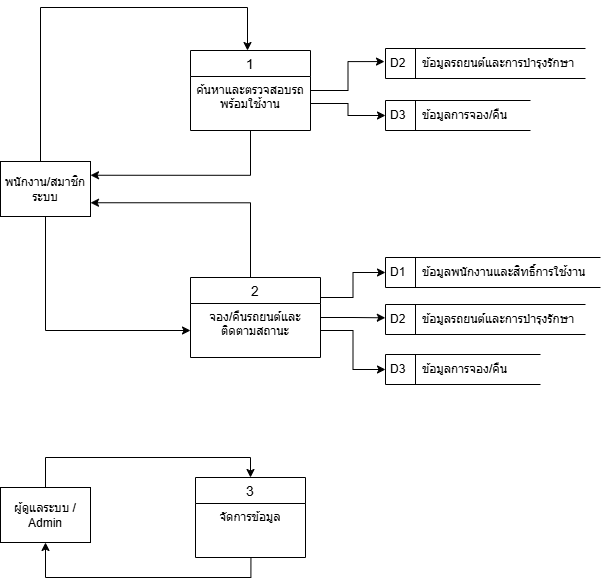
Above: docs/DFDL1.drawio.png in Anurak-Creator/ANURAK-HOMELAB (draw.io), before the change. Source tidied: cells renumbered, new cells last; positions are measured from the earlier drawing's top-left corner, leaving out a move shared by most shapes.
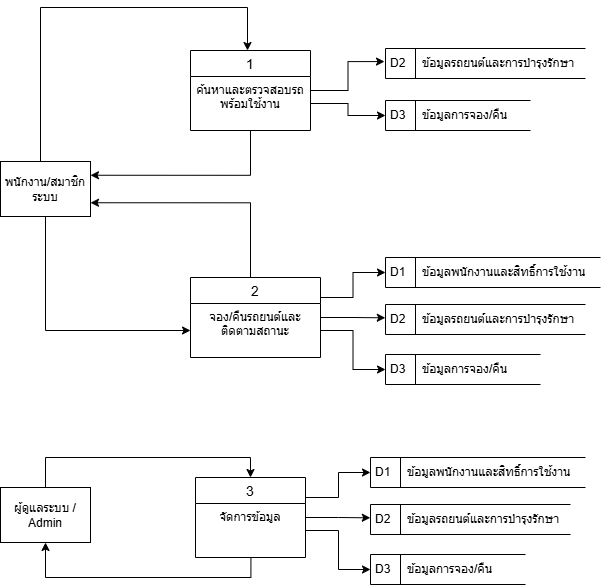
The same diagram one commit later.

Diff of the diagram source:
```diff
@@ -90,5 +90,29 @@
     <mxCell id="25" style="edgeStyle=orthogonalEdgeStyle;rounded=0;jettySize=auto;html=1;entryX=0.504;entryY=1.007;entryDx=0;entryDy=0;entryPerimeter=0;defaultLabelBackgroundColor=page;labelPadding=0 4;exitX=0.5;exitY=1;exitDx=0;exitDy=0;startArrow=classic;startFill=1;endArrow=none;endFill=0;" parent="1" edge="1" source="16" target="11">
       <mxGeometry x="0.07" relative="1" as="geometry" />
     </mxCell>
+    <mxCell id="26" value="D3&amp;nbsp; &amp;nbsp; &amp;nbsp;ข้อมูลการจอง/คืน" style="html=1;dashed=0;whiteSpace=wrap;shape=mxgraph.dfd.dataStoreID;align=left;spacingLeft=3;points=[[0,0],[0.5,0],[1,0],[0,0.5],[1,0.5],[0,1],[0.5,1],[1,1]];labelBackgroundColor=none;" parent="1" vertex="1">
+      <mxGeometry x="370" y="547" width="155" height="30" as="geometry" />
+    </mxCell>
+    <mxCell id="27" value="D1&amp;nbsp; &amp;nbsp; &amp;nbsp;ข้อมูลพนักงานและสิทธิ์การใช้งาน" style="html=1;dashed=0;whiteSpace=wrap;shape=mxgraph.dfd.dataStoreID;align=left;spacingLeft=3;points=[[0,0],[0.5,0],[1,0],[0,0.5],[1,0.5],[0,1],[0.5,1],[1,1]];labelBackgroundColor=none;" parent="1" vertex="1">
+      <mxGeometry x="370" y="450" width="215" height="30" as="geometry" />
+    </mxCell>
+    <mxCell id="28" value="D2&amp;nbsp; &amp;nbsp; &amp;nbsp;ข้อมูลรถยนต์และการบำรุงรักษา" style="html=1;dashed=0;whiteSpace=wrap;shape=mxgraph.dfd.dataStoreID;align=left;spacingLeft=3;points=[[0,0],[0.5,0],[1,0],[0,0.5],[1,0.5],[0,1],[0.5,1],[1,1]];labelBackgroundColor=none;" parent="1" vertex="1">
+      <mxGeometry x="370" y="497" width="200" height="30" as="geometry" />
+    </mxCell>
+    <mxCell id="29" style="edgeStyle=orthogonalEdgeStyle;rounded=0;jettySize=auto;html=1;entryX=0;entryY=0.5;entryDx=0;entryDy=0;defaultLabelBackgroundColor=page;labelPadding=0 4;exitX=1;exitY=0.25;exitDx=0;exitDy=0;" parent="1" edge="1" target="27">
+      <mxGeometry x="0.01" relative="1" as="geometry">
+        <mxPoint x="305" y="490" as="sourcePoint" />
+      </mxGeometry>
+    </mxCell>
+    <mxCell id="30" style="edgeStyle=orthogonalEdgeStyle;rounded=0;jettySize=auto;html=1;entryX=-0.001;entryY=0.444;entryDx=0;entryDy=0;entryPerimeter=0;defaultLabelBackgroundColor=page;labelPadding=0 4;" parent="1" edge="1" target="28">
+      <mxGeometry relative="1" as="geometry">
+        <mxPoint x="305" y="510" as="sourcePoint" />
+      </mxGeometry>
+    </mxCell>
+    <mxCell id="31" style="edgeStyle=orthogonalEdgeStyle;rounded=0;jettySize=auto;html=1;entryX=0;entryY=0.5;entryDx=0;entryDy=0;defaultLabelBackgroundColor=page;labelPadding=0 4;" parent="1" edge="1" target="26">
+      <mxGeometry relative="1" as="geometry">
+        <mxPoint x="305" y="523" as="sourcePoint" />
+      </mxGeometry>
+    </mxCell>
   </root>
 </mxGraphModel>
```
